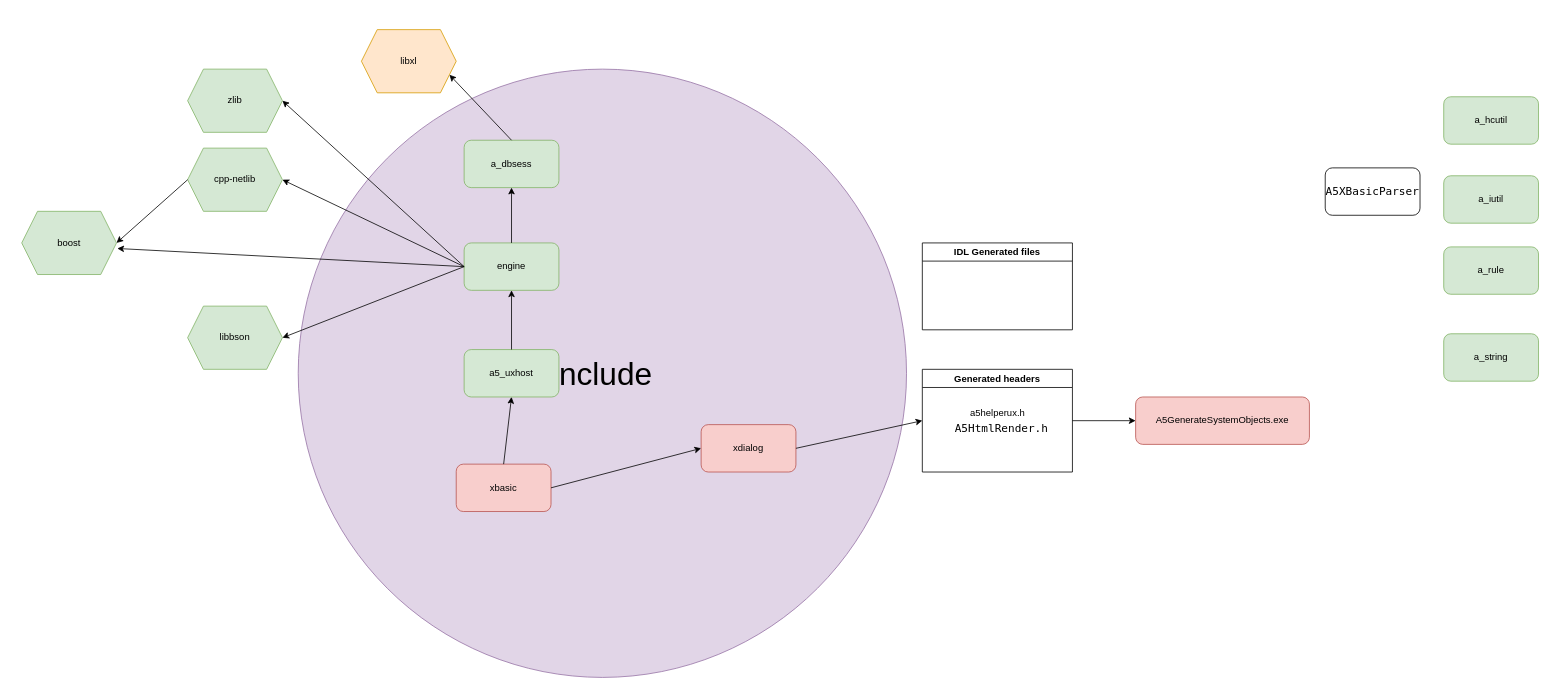
rromrrom/something keeps this draw.io diagram as A5_deps.drawio. Above is the earlier version. Source tidied: cells renumbered, new cells numbered last; positions are measured from the earlier drawing's top-left corner, leaving out a move shared by most shapes. Both pictures are drawn from the tidied source at 79%, with x=0, y=0 at pixel (21, 29).
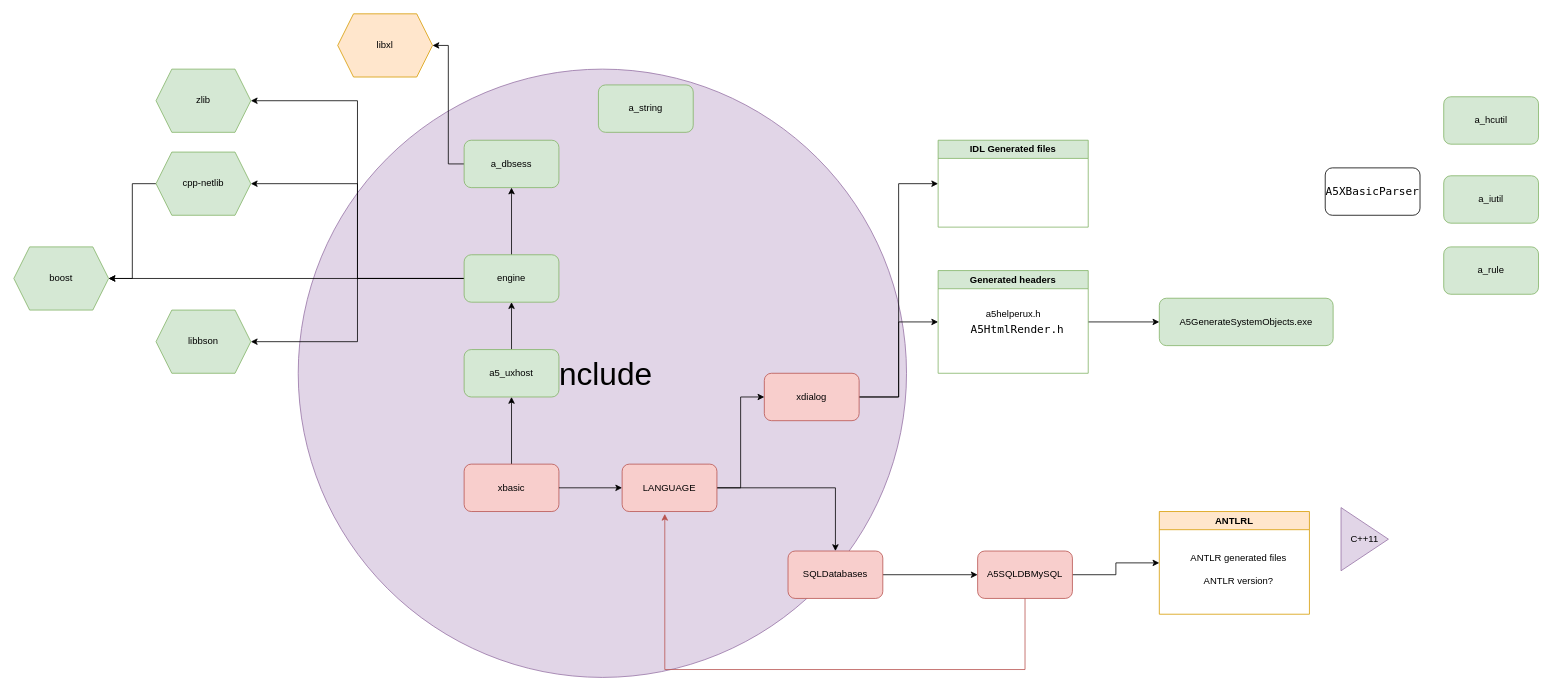
The same diagram, later.

The change refers to these unchanged cells:
```xml
<mxCell id="3" value="a_dbsess" style="rounded=1;whiteSpace=wrap;html=1;fillColor=#d5e8d4;strokeColor=#82b366;" parent="1" vertex="1">
  <mxGeometry x="560" y="140" width="120" height="60" as="geometry" />
</mxCell>
<mxCell id="7" value="a5_uxhost" style="rounded=1;whiteSpace=wrap;html=1;fillColor=#d5e8d4;strokeColor=#82b366;" parent="1" vertex="1">
  <mxGeometry x="560" y="405" width="120" height="60" as="geometry" />
</mxCell>
```

Diff of the diagram source:
```diff
@@
+    <mxCell id="34" style="edgeStyle=orthogonalEdgeStyle;rounded=0;jettySize=auto;html=1;entryX=1;entryY=0.5;entryDx=0;entryDy=0;" parent="1" edge="1" source="3" target="33">
+      <mxGeometry relative="1" as="geometry" />
+    </mxCell>
@@
+    <mxCell id="6" style="edgeStyle=orthogonalEdgeStyle;rounded=0;jettySize=auto;html=1;entryX=0.5;entryY=1;entryDx=0;entryDy=0;" parent="1" edge="1" source="5" target="3">
+      <mxGeometry relative="1" as="geometry" />
+    </mxCell>
+    <mxCell id="23" style="edgeStyle=orthogonalEdgeStyle;rounded=0;jettySize=auto;html=1;entryX=1;entryY=0.5;entryDx=0;entryDy=0;" parent="1" edge="1" source="5" target="19">
+      <mxGeometry relative="1" as="geometry" />
+    </mxCell>
+    <mxCell id="20" style="edgeStyle=orthogonalEdgeStyle;rounded=0;jettySize=auto;html=1;entryX=1;entryY=0.5;entryDx=0;entryDy=0;" parent="1" edge="1" source="5" target="16">
+      <mxGeometry relative="1" as="geometry" />
+    </mxCell>
+    <mxCell id="22" style="edgeStyle=orthogonalEdgeStyle;rounded=0;jettySize=auto;html=1;entryX=1;entryY=0.5;entryDx=0;entryDy=0;" parent="1" edge="1" source="5" target="18">
+      <mxGeometry relative="1" as="geometry" />
+    </mxCell>
+    <mxCell id="21" style="edgeStyle=orthogonalEdgeStyle;rounded=0;jettySize=auto;html=1;entryX=1;entryY=0.5;entryDx=0;entryDy=0;" parent="1" edge="1" source="5" target="17">
+      <mxGeometry relative="1" as="geometry" />
+    </mxCell>
     <mxCell id="5" value="engine" style="rounded=1;whiteSpace=wrap;html=1;fillColor=#d5e8d4;strokeColor=#82b366;" parent="1" vertex="1">
-      <mxGeometry x="560" y="270" width="120" height="60" as="geometry" />
+      <mxGeometry x="560" y="285" width="120" height="60" as="geometry" />
     </mxCell>
-    <mxCell id="6" style="endArrow=classic;html=1;rounded=0;entryX=0.5;entryY=1;entryDx=0;entryDy=0;exitX=0.5;exitY=0;exitDx=0;exitDy=0;" parent="1" edge="1" source="5" target="3">
-      <mxGeometry relative="1" as="geometry" />
-    </mxCell>
+    <mxCell id="8" style="edgeStyle=orthogonalEdgeStyle;rounded=0;jettySize=auto;html=1;entryX=0.5;entryY=1;entryDx=0;entryDy=0;" parent="1" edge="1" source="7" target="5">
+      <mxGeometry relative="1" as="geometry" />
+    </mxCell>
@@
-    <mxCell id="8" style="endArrow=classic;html=1;rounded=0;exitX=0.5;exitY=0;exitDx=0;exitDy=0;entryX=0.5;entryY=1;entryDx=0;entryDy=0;" parent="1" edge="1" source="7" target="5">
-      <mxGeometry relative="1" as="geometry" />
-    </mxCell>
@@
     <mxCell id="11" value="a_string" style="rounded=1;whiteSpace=wrap;html=1;fillColor=#d5e8d4;strokeColor=#82b366;" parent="1" vertex="1">
-      <mxGeometry x="1800" y="385" width="120" height="60" as="geometry" />
+      <mxGeometry x="730" y="70" width="120" height="60" as="geometry" />
     </mxCell>
@@
+    <mxCell id="35" style="edgeStyle=orthogonalEdgeStyle;rounded=0;jettySize=auto;html=1;entryX=0;entryY=0.5;entryDx=0;entryDy=0;" parent="1" edge="1" source="13" target="32">
+      <mxGeometry relative="1" as="geometry" />
+    </mxCell>
+    <mxCell id="26" style="edgeStyle=orthogonalEdgeStyle;rounded=0;jettySize=auto;html=1;exitX=1;exitY=0.5;exitDx=0;exitDy=0;entryX=0;entryY=0.5;entryDx=0;entryDy=0;" parent="1" edge="1" source="13" target="27">
+      <mxGeometry relative="1" as="geometry" />
+    </mxCell>
     <mxCell id="13" value="xdialog" style="rounded=1;whiteSpace=wrap;html=1;fillColor=#f8cecc;strokeColor=#b85450;" parent="1" vertex="1">
-      <mxGeometry x="860" y="500" width="120" height="60" as="geometry" />
+      <mxGeometry x="940" y="435" width="120" height="60" as="geometry" />
     </mxCell>
+    <mxCell id="15" style="edgeStyle=orthogonalEdgeStyle;rounded=0;jettySize=auto;html=1;entryX=0.5;entryY=1;entryDx=0;entryDy=0;" parent="1" edge="1" source="14" target="7">
+      <mxGeometry relative="1" as="geometry" />
+    </mxCell>
     <mxCell id="14" value="xbasic" style="rounded=1;whiteSpace=wrap;html=1;fillColor=#f8cecc;strokeColor=#b85450;" parent="1" vertex="1">
-      <mxGeometry x="550" y="550" width="120" height="60" as="geometry" />
+      <mxGeometry x="560" y="550" width="120" height="60" as="geometry" />
     </mxCell>
-    <mxCell id="15" style="endArrow=classic;html=1;rounded=0;exitX=0.5;exitY=0;exitDx=0;exitDy=0;entryX=0.5;entryY=1;entryDx=0;entryDy=0;" parent="1" edge="1" source="14" target="7">
-      <mxGeometry relative="1" as="geometry" />
-    </mxCell>
     <mxCell id="16" value="boost" style="shape=hexagon;perimeter=hexagonPerimeter2;whiteSpace=wrap;html=1;fixedSize=1;fillColor=#d5e8d4;strokeColor=#82b366;" parent="1" vertex="1">
-      <mxGeometry y="230" width="120" height="80" as="geometry" />
+      <mxGeometry x="-10" y="275" width="120" height="80" as="geometry" />
     </mxCell>
     <mxCell id="17" value="zlib" style="shape=hexagon;perimeter=hexagonPerimeter2;whiteSpace=wrap;html=1;fixedSize=1;fillColor=#d5e8d4;strokeColor=#82b366;" parent="1" vertex="1">
-      <mxGeometry x="210" y="50" width="120" height="80" as="geometry" />
+      <mxGeometry x="170" y="50" width="120" height="80" as="geometry" />
     </mxCell>
+    <mxCell id="24" style="edgeStyle=orthogonalEdgeStyle;rounded=0;jettySize=auto;html=1;entryX=1;entryY=0.5;entryDx=0;entryDy=0;" parent="1" edge="1" source="18" target="16">
+      <mxGeometry relative="1" as="geometry" />
+    </mxCell>
     <mxCell id="18" value="cpp-netlib" style="shape=hexagon;perimeter=hexagonPerimeter2;whiteSpace=wrap;html=1;fixedSize=1;fillColor=#d5e8d4;strokeColor=#82b366;" parent="1" vertex="1">
-      <mxGeometry x="210" y="150" width="120" height="80" as="geometry" />
+      <mxGeometry x="170" y="155" width="120" height="80" as="geometry" />
     </mxCell>
     <mxCell id="19" value="libbson" style="shape=hexagon;perimeter=hexagonPerimeter2;whiteSpace=wrap;html=1;fixedSize=1;fillColor=#d5e8d4;strokeColor=#82b366;" parent="1" vertex="1">
-      <mxGeometry x="210" y="350" width="120" height="80" as="geometry" />
+      <mxGeometry x="170" y="355" width="120" height="80" as="geometry" />
     </mxCell>
-    <mxCell id="20" style="endArrow=classic;html=1;rounded=0;exitX=0;exitY=0.5;exitDx=0;exitDy=0;entryX=1.008;entryY=0.588;entryDx=0;entryDy=0;entryPerimeter=0;" parent="1" edge="1" source="5" target="16">
-      <mxGeometry relative="1" as="geometry" />
-    </mxCell>
-    <mxCell id="21" style="endArrow=classic;html=1;rounded=0;exitX=0;exitY=0.5;exitDx=0;exitDy=0;entryX=1;entryY=0.5;entryDx=0;entryDy=0;" parent="1" edge="1" source="5" target="17">
-      <mxGeometry relative="1" as="geometry" />
-    </mxCell>
-    <mxCell id="22" style="endArrow=classic;html=1;rounded=0;exitX=0;exitY=0.5;exitDx=0;exitDy=0;entryX=1;entryY=0.5;entryDx=0;entryDy=0;" parent="1" edge="1" source="5" target="18">
-      <mxGeometry relative="1" as="geometry" />
-    </mxCell>
-    <mxCell id="23" style="endArrow=classic;html=1;rounded=0;exitX=0;exitY=0.5;exitDx=0;exitDy=0;entryX=1;entryY=0.5;entryDx=0;entryDy=0;" parent="1" edge="1" source="5" target="19">
-      <mxGeometry relative="1" as="geometry" />
-    </mxCell>
-    <mxCell id="24" style="endArrow=classic;html=1;rounded=0;exitX=0;exitY=0.5;exitDx=0;exitDy=0;entryX=1;entryY=0.5;entryDx=0;entryDy=0;" parent="1" edge="1" source="18" target="16">
-      <mxGeometry relative="1" as="geometry" />
-    </mxCell>
-    <mxCell id="25" style="endArrow=classic;html=1;rounded=0;exitX=1;exitY=0.5;exitDx=0;exitDy=0;entryX=0;entryY=0.5;entryDx=0;entryDy=0;" parent="1" edge="1" source="14" target="13">
+    <mxCell id="25" style="endArrow=classic;html=1;rounded=0;exitX=1;exitY=0.5;exitDx=0;exitDy=0;entryX=0;entryY=0.5;entryDx=0;entryDy=0;" parent="1" edge="1" source="14" target="38">
       <mxGeometry relative="1" as="geometry" />
     </mxCell>
-    <mxCell id="26" style="endArrow=classic;html=1;rounded=0;exitX=1;exitY=0.5;exitDx=0;exitDy=0;entryX=0;entryY=0.5;entryDx=0;entryDy=0;" parent="1" edge="1" source="13" target="27">
-      <mxGeometry relative="1" as="geometry" />
-    </mxCell>
+    <mxCell id="31" style="edgeStyle=orthogonalEdgeStyle;rounded=0;jettySize=auto;html=1;exitX=1;exitY=0.5;exitDx=0;exitDy=0;" parent="1" edge="1" source="27" target="30">
+      <mxGeometry relative="1" as="geometry" />
+    </mxCell>
-    <mxCell id="27" value="Generated headers" style="swimlane;whiteSpace=wrap;html=1;" parent="1" vertex="1">
-      <mxGeometry x="1140" y="430" width="190" height="130" as="geometry" />
+    <mxCell id="27" value="Generated headers" style="swimlane;whiteSpace=wrap;html=1;fillColor=#d5e8d4;strokeColor=#82b366;" parent="1" vertex="1">
+      <mxGeometry x="1160" y="305" width="190" height="130" as="geometry" />
     </mxCell>
@@
-    <mxCell id="30" value="A5GenerateSystemObjects.exe" style="rounded=1;whiteSpace=wrap;html=1;fillColor=#f8cecc;strokeColor=#b85450;" parent="1" vertex="1">
-      <mxGeometry x="1410" y="465" width="220" height="60" as="geometry" />
+    <mxCell id="30" value="A5GenerateSystemObjects.exe" style="rounded=1;whiteSpace=wrap;html=1;fillColor=#d5e8d4;strokeColor=#82b366;" parent="1" vertex="1">
+      <mxGeometry x="1440" y="340" width="220" height="60" as="geometry" />
     </mxCell>
-    <mxCell id="31" style="endArrow=classic;html=1;rounded=0;exitX=1;exitY=0.5;exitDx=0;exitDy=0;entryX=0;entryY=0.5;entryDx=0;entryDy=0;" parent="1" edge="1" source="27" target="30">
-      <mxGeometry relative="1" as="geometry" />
-    </mxCell>
-    <mxCell id="32" value="IDL Generated files" style="swimlane;whiteSpace=wrap;html=1;" parent="1" vertex="1">
-      <mxGeometry x="1140" y="270" width="190" height="110" as="geometry" />
+    <mxCell id="32" value="IDL Generated files" style="swimlane;whiteSpace=wrap;html=1;fillColor=#d5e8d4;strokeColor=#82b366;" parent="1" vertex="1">
+      <mxGeometry x="1160" y="140" width="190" height="110" as="geometry" />
     </mxCell>
     <mxCell id="33" value="libxl" style="shape=hexagon;perimeter=hexagonPerimeter2;whiteSpace=wrap;html=1;fixedSize=1;fillColor=#ffe6cc;strokeColor=#d79b00;" parent="1" vertex="1">
-      <mxGeometry x="430" width="120" height="80" as="geometry" />
+      <mxGeometry x="400" y="-20" width="120" height="80" as="geometry" />
     </mxCell>
-    <mxCell id="34" style="endArrow=classic;html=1;rounded=0;exitX=0.5;exitY=0;exitDx=0;exitDy=0;entryX=1;entryY=0.75;entryDx=0;entryDy=0;" parent="1" edge="1" source="3" target="33">
-      <mxGeometry relative="1" as="geometry" />
-    </mxCell>
+    <mxCell id="36" style="edgeStyle=orthogonalEdgeStyle;rounded=0;jettySize=auto;html=1;entryX=0;entryY=0.5;entryDx=0;entryDy=0;" parent="1" edge="1" source="38" target="13">
+      <mxGeometry relative="1" as="geometry" />
+    </mxCell>
+    <mxCell id="37" style="edgeStyle=orthogonalEdgeStyle;rounded=0;jettySize=auto;html=1;" parent="1" edge="1" source="38" target="40">
+      <mxGeometry relative="1" as="geometry" />
+    </mxCell>
+    <mxCell id="38" value="LANGUAGE" style="rounded=1;whiteSpace=wrap;html=1;fillColor=#f8cecc;strokeColor=#b85450;" parent="1" vertex="1">
+      <mxGeometry x="760" y="550" width="120" height="60" as="geometry" />
+    </mxCell>
+    <mxCell id="39" style="edgeStyle=orthogonalEdgeStyle;rounded=0;jettySize=auto;html=1;entryX=0;entryY=0.5;entryDx=0;entryDy=0;" parent="1" edge="1" source="40" target="42">
+      <mxGeometry relative="1" as="geometry" />
+    </mxCell>
+    <mxCell id="40" value="SQLDatabases" style="rounded=1;whiteSpace=wrap;html=1;fillColor=#f8cecc;strokeColor=#b85450;" parent="1" vertex="1">
+      <mxGeometry x="970" y="660" width="120" height="60" as="geometry" />
+    </mxCell>
+    <mxCell id="41" style="edgeStyle=orthogonalEdgeStyle;rounded=0;jettySize=auto;html=1;entryX=0;entryY=0.5;entryDx=0;entryDy=0;" parent="1" edge="1" source="42" target="43">
+      <mxGeometry relative="1" as="geometry" />
+    </mxCell>
+    <mxCell id="42" value="A5SQLDBMySQL" style="rounded=1;whiteSpace=wrap;html=1;fillColor=#f8cecc;strokeColor=#b85450;" parent="1" vertex="1">
+      <mxGeometry x="1210" y="660" width="120" height="60" as="geometry" />
+    </mxCell>
+    <mxCell id="43" value="ANTLRL" style="swimlane;whiteSpace=wrap;html=1;fillColor=#ffe6cc;strokeColor=#d79b00;" parent="1" vertex="1">
+      <mxGeometry x="1440" y="610" width="190" height="130" as="geometry" />
+    </mxCell>
+    <mxCell id="44" value="ANTLR generated files&lt;br&gt;&lt;br&gt;ANTLR version?" style="text;html=1;align=center;verticalAlign=middle;strokeColor=none;fillColor=none;" parent="43" vertex="1">
+      <mxGeometry x="30" y="43" width="140" height="60" as="geometry" />
+    </mxCell>
+    <mxCell id="45" value="C++11" style="triangle;whiteSpace=wrap;html=1;fillColor=#e1d5e7;strokeColor=#9673a6;" parent="1" vertex="1">
+      <mxGeometry x="1670" y="605" width="60" height="80" as="geometry" />
+    </mxCell>
+    <mxCell id="46" style="edgeStyle=orthogonalEdgeStyle;rounded=0;jettySize=auto;html=1;entryX=0.45;entryY=1.05;entryDx=0;entryDy=0;entryPerimeter=0;fillColor=#f8cecc;strokeColor=#b85450;" parent="1" edge="1" source="42" target="38">
+      <mxGeometry relative="1" as="geometry">
+        <Array as="points">
+          <mxPoint x="1270" y="810" />
+          <mxPoint x="814" y="810" />
+        </Array>
+      </mxGeometry>
+    </mxCell>
```
